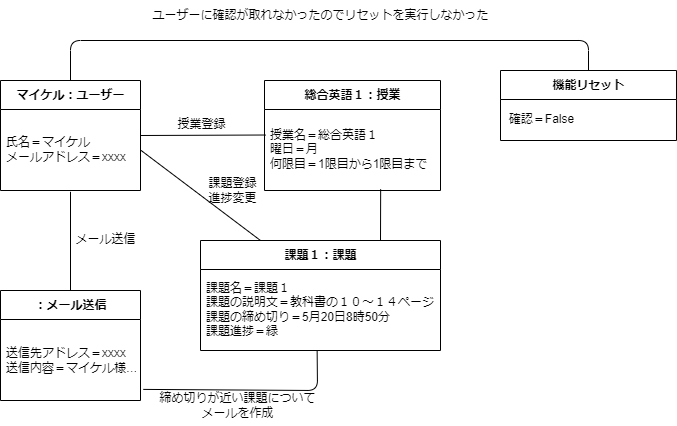
This is 構造図/オブジェクト図/オブジェクト図.drawio.png from masaki1234567/psp4, a draw.io export, as it was before one commit. Source tidied: cells renumbered, new cells last; positions are measured from the earlier drawing's top-left corner, leaving out a move shared by most shapes.
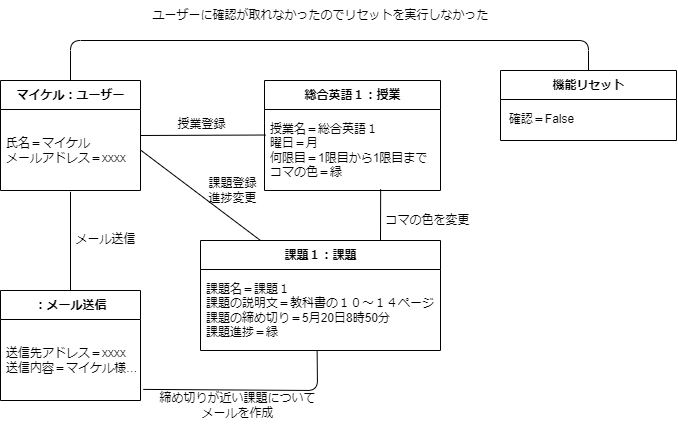
The same diagram one commit later.

Diff of the diagram source:
```diff
@@ -25,7 +25,7 @@
     <mxCell id="7" value="総合英語１：授業" style="swimlane;fontStyle=1;align=center;verticalAlign=middle;horizontal=1;startSize=29;html=1;" parent="1" vertex="1">
       <mxGeometry x="264" y="80" width="176" height="110" as="geometry" />
     </mxCell>
-    <mxCell id="8" value="授業名＝総合英語１&lt;br&gt;曜日＝月&lt;br&gt;何限目＝1限目から1限目まで" style="text;html=1;strokeColor=none;fillColor=none;align=left;verticalAlign=middle;spacingLeft=4;spacingRight=4;overflow=hidden;points=[[0,0.5],[1,0.5]];portConstraint=eastwest;" parent="7" vertex="1">
+    <mxCell id="8" value="授業名＝総合英語１&lt;br&gt;曜日＝月&lt;br&gt;何限目＝1限目から1限目まで&lt;br&gt;コマの色＝緑" style="text;html=1;strokeColor=none;fillColor=none;align=left;verticalAlign=middle;spacingLeft=4;spacingRight=4;overflow=hidden;points=[[0,0.5],[1,0.5]];portConstraint=eastwest;" parent="7" vertex="1">
       <mxGeometry y="29" width="176" height="81" as="geometry" />
     </mxCell>
     <mxCell id="9" value="課題１：課題" style="swimlane;fontStyle=1;align=center;verticalAlign=middle;horizontal=1;startSize=29;html=1;" parent="1" vertex="1">
@@ -74,5 +74,8 @@
     <mxCell id="22" value="確認＝False" style="text;html=1;align=center;verticalAlign=middle;strokeColor=none;fillColor=none;" parent="1" vertex="1">
       <mxGeometry x="496" y="104" width="90" height="30" as="geometry" />
     </mxCell>
+    <mxCell id="23" value="コマの色を変更" style="text;html=1;align=center;verticalAlign=middle;strokeColor=none;fillColor=none;" parent="1" vertex="1">
+      <mxGeometry x="372" y="205" width="110" height="30" as="geometry" />
+    </mxCell>
   </root>
 </mxGraphModel>
```
